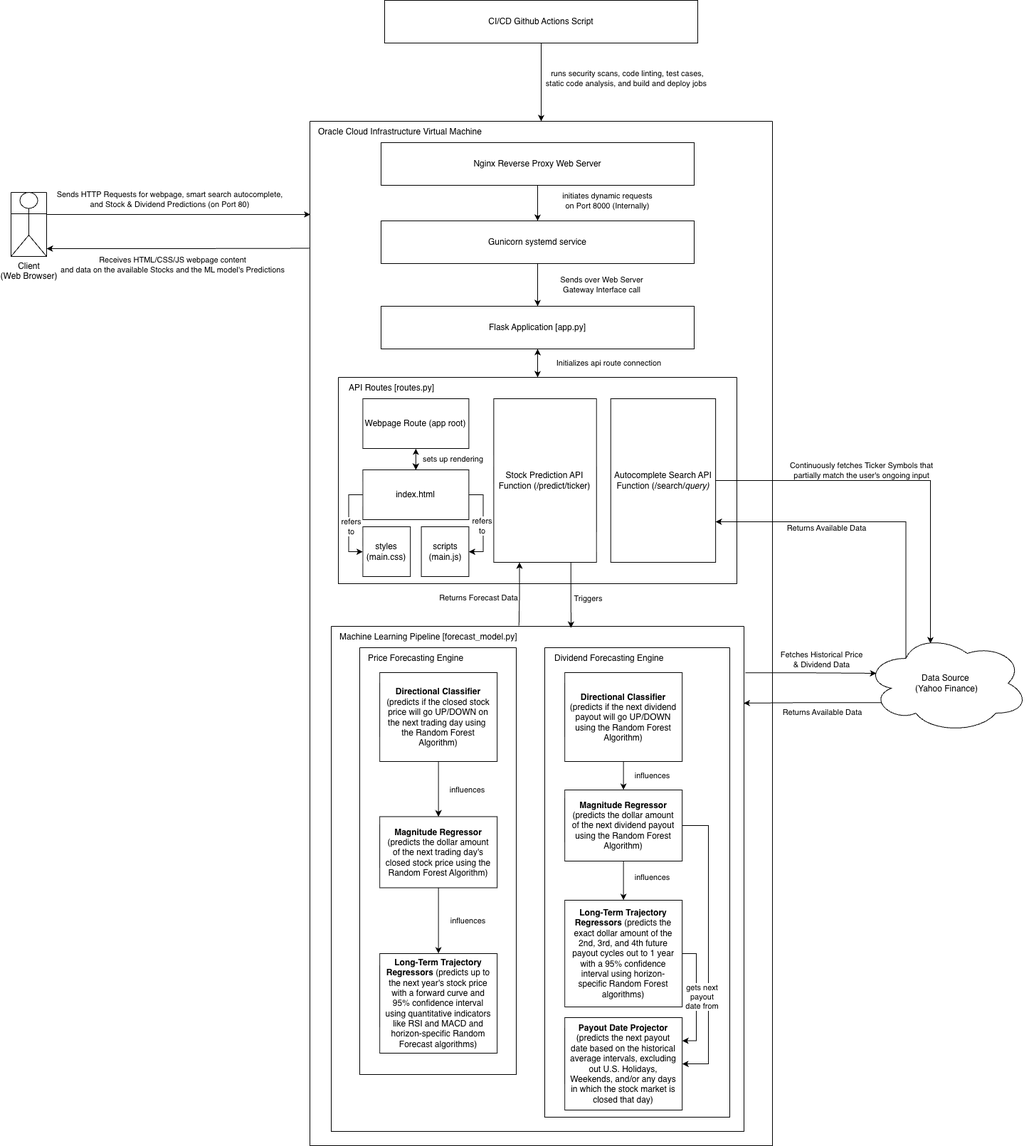
Above: imgs/stock-market-predictor-arch.png in lc2410/stock-market-predictor (draw.io), before the change. Source tidied: cells renumbered, new cells last; positions are measured from the earlier drawing's top-left corner, leaving out a move shared by most shapes.
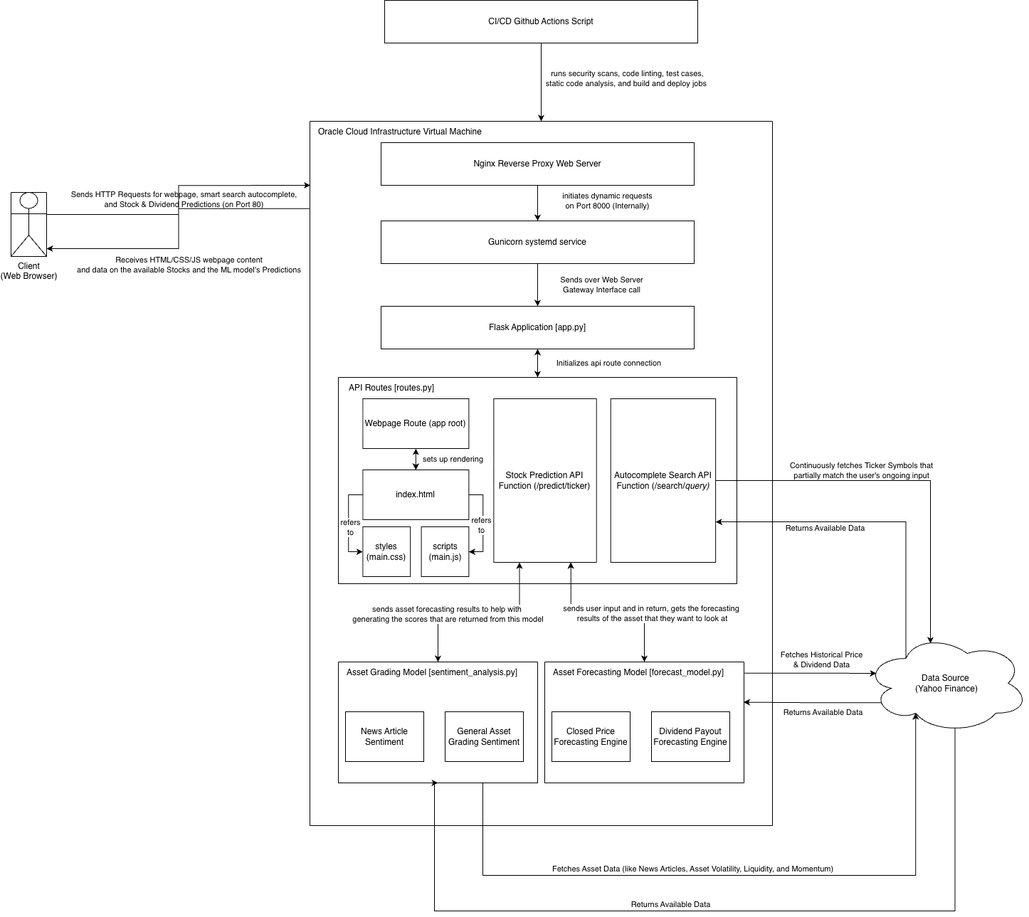
Later version of the same file.

The edit, as a diff of the source:
```diff
@@ -3,7 +3,7 @@
     <mxCell id="0" />
     <mxCell id="1" parent="0" />
     <mxCell id="2" style="swimlane;startSize=0;" parent="1" vertex="1">
-      <mxGeometry x="420" y="170" width="650" height="1440" as="geometry" />
+      <mxGeometry x="420" y="170" width="650" height="990" as="geometry" />
     </mxCell>
     <mxCell id="3" value="Sends over Web Server &lt;br&gt;Gateway Interface call" style="edgeStyle=orthogonalEdgeStyle;rounded=0;jettySize=auto;html=1;exitX=0.5;exitY=1;exitDx=0;exitDy=0;fillColor=none;" parent="2" edge="1" source="22">
       <mxGeometry y="90" relative="1" as="geometry">
@@ -85,98 +85,25 @@
       <mxGeometry x="100" y="260" width="440" height="60" as="geometry" />
     </mxCell>
     <mxCell id="26" style="swimlane;startSize=0;" parent="2" vertex="1">
-      <mxGeometry x="30" y="710" width="580" height="710" as="geometry" />
+      <mxGeometry x="330" y="760" width="280" height="170" as="geometry" />
     </mxCell>
-    <mxCell id="27" style="swimlane;startSize=0;" parent="26" vertex="1">
-      <mxGeometry x="40" y="30" width="220" height="600" as="geometry" />
-    </mxCell>
-    <mxCell id="28" value="influences" style="edgeStyle=orthogonalEdgeStyle;rounded=0;jettySize=auto;html=1;exitX=0.5;exitY=1;exitDx=0;exitDy=0;entryX=0.5;entryY=0;entryDx=0;entryDy=0;" parent="27" edge="1" source="29" target="32">
-      <mxGeometry y="40" relative="1" as="geometry" />
-    </mxCell>
-    <mxCell id="29" value="&lt;b&gt;Directional Classifier&lt;/b&gt; (predicts if the closed stock price will go UP/DOWN on the next trading day using&amp;nbsp; the Random Forest Algorithm)" style="rounded=0;whiteSpace=wrap;html=1;spacingLeft=5;spacingRight=5;spacingTop=5;spacingBottom=5;" parent="27" vertex="1">
-      <mxGeometry x="28.1" y="35" width="165" height="125" as="geometry" />
-    </mxCell>
-    <mxCell id="30" style="edgeStyle=orthogonalEdgeStyle;rounded=0;jettySize=auto;html=1;exitX=0.5;exitY=1;exitDx=0;exitDy=0;entryX=0.5;entryY=0;entryDx=0;entryDy=0;" parent="27" edge="1" source="32" target="33">
-      <mxGeometry relative="1" as="geometry" />
-    </mxCell>
-    <mxCell id="31" value="influences" style="edgeLabel;html=1;align=center;verticalAlign=middle;" parent="30" vertex="1">
-      <mxGeometry x="-0.01" y="-3" relative="1" as="geometry">
-        <mxPoint x="43" as="offset" />
-      </mxGeometry>
-    </mxCell>
-    <mxCell id="32" value="&lt;b&gt;Magnitude Regressor&lt;/b&gt; (predicts the dollar amount of the next trading day's closed stock price using the Random Forest Algorithm)" style="rounded=0;whiteSpace=wrap;html=1;spacingLeft=5;spacingRight=5;" parent="27" vertex="1">
-      <mxGeometry x="28.1" y="237.5" width="165" height="100" as="geometry" />
-    </mxCell>
-    <mxCell id="33" value="&lt;b&gt;Long-Term Trajectory Regressors&lt;/b&gt; (predicts up to the next year's stock price with a forward curve and 95% confidence interval using quantitative indicators like RSI and MACD and horizon-specific Random Forecast algorithms)" style="rounded=0;whiteSpace=wrap;html=1;spacingLeft=5;spacingRight=5;spacingTop=5;spacingBottom=5;" parent="27" vertex="1">
-      <mxGeometry x="28.1" y="430" width="165" height="140" as="geometry" />
-    </mxCell>
-    <mxCell id="34" value="Price Forecasting Engine" style="text;html=1;align=left;verticalAlign=middle;strokeColor=none;fillColor=none;" parent="27" vertex="1">
-      <mxGeometry x="10" width="160" height="30" as="geometry" />
-    </mxCell>
-    <mxCell id="35" style="swimlane;startSize=0;" parent="26" vertex="1">
-      <mxGeometry x="300" y="30" width="260" height="660" as="geometry" />
-    </mxCell>
-    <mxCell id="36" value="influences" style="edgeStyle=orthogonalEdgeStyle;rounded=0;jettySize=auto;html=1;exitX=0.5;exitY=1;exitDx=0;exitDy=0;entryX=0.5;entryY=0;entryDx=0;entryDy=0;" parent="35" edge="1" source="37" target="40">
-      <mxGeometry y="40" relative="1" as="geometry" />
-    </mxCell>
-    <mxCell id="37" value="&lt;b&gt;Directional Classifier&lt;/b&gt; (predicts if the next dividend payout will go UP/DOWN using the Random Forest Algorithm)" style="rounded=0;whiteSpace=wrap;html=1;spacingLeft=5;spacingRight=5;spacingTop=5;spacingBottom=5;" parent="35" vertex="1">
-      <mxGeometry x="28.1" y="35" width="165" height="125" as="geometry" />
-    </mxCell>
-    <mxCell id="38" style="edgeStyle=orthogonalEdgeStyle;rounded=0;jettySize=auto;html=1;exitX=0.5;exitY=1;exitDx=0;exitDy=0;entryX=0.5;entryY=0;entryDx=0;entryDy=0;" parent="35" edge="1" source="40" target="42">
-      <mxGeometry relative="1" as="geometry" />
-    </mxCell>
-    <mxCell id="39" value="influences" style="edgeLabel;html=1;align=center;verticalAlign=middle;" parent="38" vertex="1">
-      <mxGeometry x="-0.14" y="-1" relative="1" as="geometry">
-        <mxPoint x="40" y="-1" as="offset" />
-      </mxGeometry>
-    </mxCell>
-    <mxCell id="40" value="&lt;b&gt;Magnitude Regressor&lt;/b&gt; (predicts the dollar amount of the next dividend payout using the Random Forest Algorithm)" style="rounded=0;whiteSpace=wrap;html=1;spacingLeft=5;spacingRight=5;" parent="35" vertex="1">
-      <mxGeometry x="28.1" y="200" width="165" height="100" as="geometry" />
-    </mxCell>
-    <mxCell id="41" value="Dividend Forecasting Engine" style="text;html=1;align=left;verticalAlign=middle;strokeColor=none;fillColor=none;" parent="35" vertex="1">
-      <mxGeometry x="11.9" width="180" height="30" as="geometry" />
-    </mxCell>
-    <mxCell id="42" value="&lt;b&gt;Long-Term Trajectory Regressors&lt;/b&gt;&amp;nbsp;(predicts the exact dollar amount of the 2nd, 3rd, and 4th future payout cycles out to 1 year with a 95% confidence interval using horizon-specific Random Forest algorithms)" style="rounded=0;whiteSpace=wrap;html=1;spacingLeft=5;spacingRight=5;spacingTop=5;spacingBottom=5;" parent="35" vertex="1">
-      <mxGeometry x="28.1" y="355" width="165" height="150" as="geometry" />
-    </mxCell>
-    <mxCell id="43" style="edgeStyle=orthogonalEdgeStyle;rounded=0;jettySize=auto;html=1;exitX=1;exitY=0.5;exitDx=0;exitDy=0;entryX=1;entryY=0.5;entryDx=0;entryDy=0;startArrow=classic;startFill=1;endArrow=none;endFill=0;" parent="35" edge="1" source="46" target="40">
-      <mxGeometry relative="1" as="geometry">
-        <Array as="points">
-          <mxPoint x="230" y="585" />
-          <mxPoint x="230" y="250" />
-        </Array>
-      </mxGeometry>
-    </mxCell>
-    <mxCell id="44" style="edgeStyle=orthogonalEdgeStyle;rounded=0;jettySize=auto;html=1;exitX=1;exitY=0.25;exitDx=0;exitDy=0;entryX=1;entryY=0.5;entryDx=0;entryDy=0;startArrow=classic;startFill=1;endArrow=none;endFill=0;" parent="35" edge="1" source="46" target="42">
-      <mxGeometry relative="1" as="geometry" />
-    </mxCell>
-    <mxCell id="45" value="gets next&lt;br&gt;payout&lt;br&gt;date from" style="edgeLabel;html=1;align=center;verticalAlign=middle;" parent="44" vertex="1">
-      <mxGeometry x="0.02" y="2" relative="1" as="geometry">
-        <mxPoint x="9" as="offset" />
-      </mxGeometry>
-    </mxCell>
-    <mxCell id="46" value="&lt;b&gt;Payout Date Projector&lt;/b&gt; (predicts the next payout date based on the historical average intervals, excluding out U.S. Holidays, Weekends, and/or any days in which the stock market is closed that day)" style="rounded=0;whiteSpace=wrap;html=1;spacingLeft=5;spacingRight=5;spacingTop=5;spacingBottom=5;" parent="35" vertex="1">
-      <mxGeometry x="28.1" y="520" width="165" height="130" as="geometry" />
-    </mxCell>
-    <mxCell id="47" value="Machine Learning Pipeline [forecast_model.py]" style="text;html=1;align=left;verticalAlign=middle;points=[];strokeColor=none;fillColor=none;" parent="26" vertex="1">
-      <mxGeometry x="10" width="270" height="30" as="geometry" />
+    <mxCell id="47" value="Asset Forecasting Model [forecast_model.py]" style="text;html=1;align=left;verticalAlign=middle;points=[];strokeColor=none;fillColor=none;spacing=2;" parent="26" vertex="1">
+      <mxGeometry x="10" width="260" height="30" as="geometry" />
     </mxCell>
+    <mxCell id="70" value="Closed Price Forecasting Engine" style="rounded=0;whiteSpace=wrap;html=1;" parent="26" vertex="1">
+      <mxGeometry x="10" y="70" width="110" height="70" as="geometry" />
+    </mxCell>
+    <mxCell id="71" value="Dividend Payout Forecasting Engine" style="rounded=0;whiteSpace=wrap;html=1;" parent="26" vertex="1">
+      <mxGeometry x="150" y="70" width="110" height="70" as="geometry" />
+    </mxCell>
-    <mxCell id="48" style="edgeStyle=orthogonalEdgeStyle;rounded=0;jettySize=auto;html=1;exitX=0.75;exitY=1;exitDx=0;exitDy=0;entryX=0.581;entryY=0.003;entryDx=0;entryDy=0;startArrow=none;startFill=0;entryPerimeter=0;" parent="2" edge="1" source="9" target="26">
+    <mxCell id="48" style="edgeStyle=orthogonalEdgeStyle;rounded=0;jettySize=auto;html=1;exitX=0.75;exitY=1;exitDx=0;exitDy=0;entryX=0.5;entryY=0;entryDx=0;entryDy=0;startArrow=classic;startFill=1;" parent="2" edge="1" source="9" target="26">
       <mxGeometry relative="1" as="geometry" />
     </mxCell>
-    <mxCell id="49" value="Triggers" style="edgeLabel;html=1;align=center;verticalAlign=middle;labelBackgroundColor=none;" parent="48" vertex="1">
-      <mxGeometry x="-0.19" y="3" relative="1" as="geometry">
-        <mxPoint x="20" y="12" as="offset" />
-      </mxGeometry>
-    </mxCell>
-    <mxCell id="50" style="edgeStyle=orthogonalEdgeStyle;rounded=0;jettySize=auto;html=1;exitX=0.25;exitY=1;exitDx=0;exitDy=0;entryX=0.94;entryY=-0.035;entryDx=0;entryDy=0;entryPerimeter=0;startArrow=classic;startFill=1;endArrow=none;endFill=0;" parent="2" edge="1" source="9" target="47">
-      <mxGeometry relative="1" as="geometry" />
-    </mxCell>
-    <mxCell id="51" value="Returns Forecast Data" style="edgeLabel;html=1;align=center;verticalAlign=middle;" parent="50" vertex="1">
-      <mxGeometry x="0.13" y="1" relative="1" as="geometry">
-        <mxPoint x="-59" as="offset" />
-      </mxGeometry>
-    </mxCell>
+    <mxCell id="72" value="sends user input and in return, gets the forecasting&amp;nbsp;&lt;div&gt;results of the asset that they want to look at&lt;/div&gt;" style="edgeLabel;html=1;align=center;verticalAlign=middle;" parent="48" vertex="1">
+      <mxGeometry x="-0.1" y="-1" relative="1" as="geometry">
+        <mxPoint x="75" as="offset" />
+      </mxGeometry>
+    </mxCell>
     <mxCell id="52" style="edgeStyle=orthogonalEdgeStyle;rounded=0;jettySize=auto;html=1;exitX=0.25;exitY=0.25;exitDx=0;exitDy=0;exitPerimeter=0;entryX=1;entryY=0.75;entryDx=0;entryDy=0;" parent="1" edge="1" source="54" target="11">
       <mxGeometry relative="1" as="geometry">
         <Array as="points">
@@ -190,6 +117,19 @@
         <mxPoint y="7" as="offset" />
       </mxGeometry>
     </mxCell>
+    <mxCell id="73" style="edgeStyle=orthogonalEdgeStyle;rounded=0;jettySize=auto;html=1;exitX=0.55;exitY=0.95;exitDx=0;exitDy=0;exitPerimeter=0;entryX=0.5;entryY=1;entryDx=0;entryDy=0;" parent="1" edge="1" source="54" target="75">
+      <mxGeometry relative="1" as="geometry">
+        <Array as="points">
+          <mxPoint x="1327" y="1280" />
+          <mxPoint x="595" y="1280" />
+        </Array>
+      </mxGeometry>
+    </mxCell>
+    <mxCell id="74" value="Returns Available Data" style="edgeLabel;html=1;align=center;verticalAlign=middle;" parent="73" vertex="1">
+      <mxGeometry x="0.29" y="-2" relative="1" as="geometry">
+        <mxPoint x="98" y="-8" as="offset" />
+      </mxGeometry>
+    </mxCell>
     <mxCell id="54" value="Data Source&amp;nbsp;&lt;div&gt;(Yahoo Finance)&lt;/div&gt;" style="ellipse;shape=cloud;whiteSpace=wrap;html=1;" parent="1" vertex="1">
       <mxGeometry x="1200" y="890" width="230" height="140" as="geometry" />
     </mxCell>
@@ -238,7 +178,7 @@
         <mxPoint x="26" y="-19" as="offset" />
       </mxGeometry>
     </mxCell>
-    <mxCell id="66" style="edgeStyle=orthogonalEdgeStyle;rounded=0;jettySize=auto;html=1;exitX=0.1;exitY=0.694;exitDx=0;exitDy=0;exitPerimeter=0;entryX=0.999;entryY=0.152;entryDx=0;entryDy=0;entryPerimeter=0;" parent="1" edge="1" source="54" target="26">
+    <mxCell id="66" style="edgeStyle=orthogonalEdgeStyle;rounded=0;jettySize=auto;html=1;exitX=0.1;exitY=0.694;exitDx=0;exitDy=0;exitPerimeter=0;entryX=0.998;entryY=0.333;entryDx=0;entryDy=0;entryPerimeter=0;" parent="1" edge="1" source="54" target="26">
       <mxGeometry relative="1" as="geometry" />
     </mxCell>
     <mxCell id="67" value="&lt;span&gt;Returns Available Data&lt;/span&gt;" style="edgeLabel;html=1;align=center;verticalAlign=middle;labelBackgroundColor=none;" parent="66" vertex="1">
@@ -254,5 +194,38 @@
         <mxPoint x="61" y="-10" as="offset" />
       </mxGeometry>
     </mxCell>
+    <mxCell id="75" style="swimlane;startSize=0;" parent="1" vertex="1">
+      <mxGeometry x="460" y="930" width="280" height="170" as="geometry" />
+    </mxCell>
+    <mxCell id="76" value="Asset Grading Model&amp;nbsp;&lt;span style=&quot;background-color: transparent; color: light-dark(rgb(0, 0, 0), rgb(255, 255, 255));&quot;&gt;[sentiment_analysis.py]&lt;/span&gt;" style="text;html=1;align=left;verticalAlign=middle;strokeColor=none;fillColor=none;spacing=2;" parent="75" vertex="1">
+      <mxGeometry x="10" width="260" height="30" as="geometry" />
+    </mxCell>
+    <mxCell id="77" value="News Article Sentiment" style="rounded=0;whiteSpace=wrap;html=1;" parent="75" vertex="1">
+      <mxGeometry x="10" y="70" width="110" height="70" as="geometry" />
+    </mxCell>
+    <mxCell id="78" value="General Asset Grading Sentiment" style="rounded=0;whiteSpace=wrap;html=1;" parent="75" vertex="1">
+      <mxGeometry x="150" y="70" width="110" height="70" as="geometry" />
+    </mxCell>
+    <mxCell id="79" style="edgeStyle=orthogonalEdgeStyle;rounded=0;jettySize=auto;html=1;exitX=0.75;exitY=1;exitDx=0;exitDy=0;entryX=0.31;entryY=0.8;entryDx=0;entryDy=0;entryPerimeter=0;" parent="1" edge="1" source="75" target="54">
+      <mxGeometry relative="1" as="geometry">
+        <Array as="points">
+          <mxPoint x="663" y="1230" />
+          <mxPoint x="1271" y="1230" />
+        </Array>
+      </mxGeometry>
+    </mxCell>
+    <mxCell id="80" value="Fetches Asset Data (like News Articles, Asset Volatility, Liquidity, and Momentum)" style="edgeLabel;html=1;align=center;verticalAlign=middle;" parent="79" vertex="1">
+      <mxGeometry x="-0.12" y="-2" relative="1" as="geometry">
+        <mxPoint x="1" y="-12" as="offset" />
+      </mxGeometry>
+    </mxCell>
+    <mxCell id="81" style="edgeStyle=orthogonalEdgeStyle;rounded=0;jettySize=auto;html=1;exitX=0.25;exitY=1;exitDx=0;exitDy=0;entryX=0.5;entryY=0;entryDx=0;entryDy=0;startArrow=classic;startFill=1;" parent="1" edge="1" source="9" target="75">
+      <mxGeometry relative="1" as="geometry" />
+    </mxCell>
+    <mxCell id="82" value="sends asset forecasting results to&amp;nbsp;&lt;span style=&quot;background-color: light-dark(#ffffff, var(--ge-dark-color, #121212)); color: light-dark(rgb(0, 0, 0), rgb(255, 255, 255));&quot;&gt;help with&amp;nbsp;&lt;/span&gt;&lt;div&gt;&lt;span style=&quot;background-color: light-dark(#ffffff, var(--ge-dark-color, #121212)); color: light-dark(rgb(0, 0, 0), rgb(255, 255, 255));&quot;&gt;generating the scores that are returned from this model&lt;/span&gt;&lt;/div&gt;" style="edgeLabel;html=1;align=center;verticalAlign=middle;" parent="81" vertex="1">
+      <mxGeometry x="0.21" y="2" relative="1" as="geometry">
+        <mxPoint x="-18" as="offset" />
+      </mxGeometry>
+    </mxCell>
   </root>
 </mxGraphModel>
```
